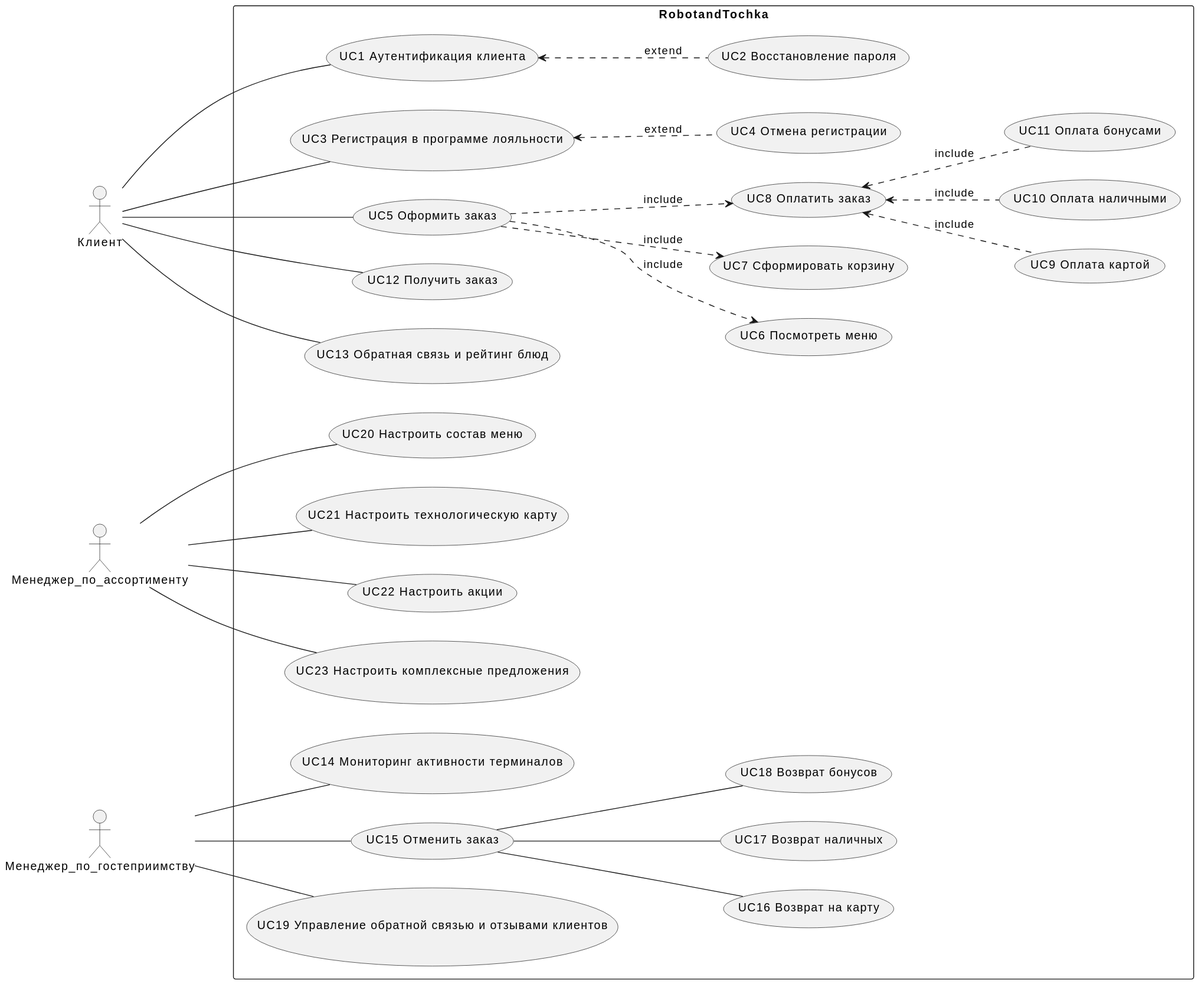
The PlantUML diagram docs/diagrams/include/UC.svg in xxx996/OTUS_Restaraunt, before a commit. The source it was exported from:
```plantuml
@startuml
left to right direction

actor Клиент as ul
actor Менеджер_по_ассортименту as manager
actor Менеджер_по_гостеприимству as hosp

rectangle RobotandTochka {

    usecase (UC1 Аутентификация клиента) as UC1
    usecase (UС2 Восстановление пароля) as UC2
    usecase (UС3 Регистрация в программе лояльности) as UC3
    usecase (UС4 Отмена регистрации) as UC4
    usecase (UC5 Оформить заказ) as UC5
    usecase (UC6 Посмотреть меню) as UC6
    usecase (UC7 Сформировать корзину) as UC7
    usecase (UC8 Оплатить заказ) as UC8
    usecase (UС9 Оплата картой) as UC9
    usecase (UС10 Оплата наличными) as UC10
    usecase (UС11 Оплата бонусами) as UC11
    usecase (UС12 Получить заказ) as UC12
    usecase (UС13 Обратная связь и рейтинг блюд) as UC13



    usecase (UC14 Мониторинг активности терминалов) as UC14
    usecase (UC15 Отменить заказ) as UC15
    usecase (UC16 Возврат на карту) as UC16
    usecase (UC17 Возврат наличных) as UC17
    usecase (UС18 Возврат бонусов) as UC18
    usecase (UC19 Управление обратной связью и отзывами клиентов) as UC19

    usecase (UC20 Настроить состав меню) as UC20
    usecase (UC21 Настроить технологическую карту) as UC21
    usecase (UC22 Настроить акции) as UC22
    usecase (UC23 Настроить комплексные предложения) as UC23
}


ul -- UC1
ul -- UC3
ul -- UC5
ul -- UC12
ul -- UC13



UC1 <.. UC2:  extend
UC3 <.. UC4:  extend
UC5 ..> UC6:  include
UC5 ..> UC7:  include
UC5 ..> UC8:  include
UC8 <.. UC9: include
UC8 <.. UC10:  include
UC8 <.. UC11: include





hosp -- UC14
hosp -- UC15
hosp -- UC19


UC15 -- UC16
UC15 -- UC17
UC15 -- UC18



manager -- UC20
manager -- UC21
manager -- UC22
manager -- UC23
@enduml
```
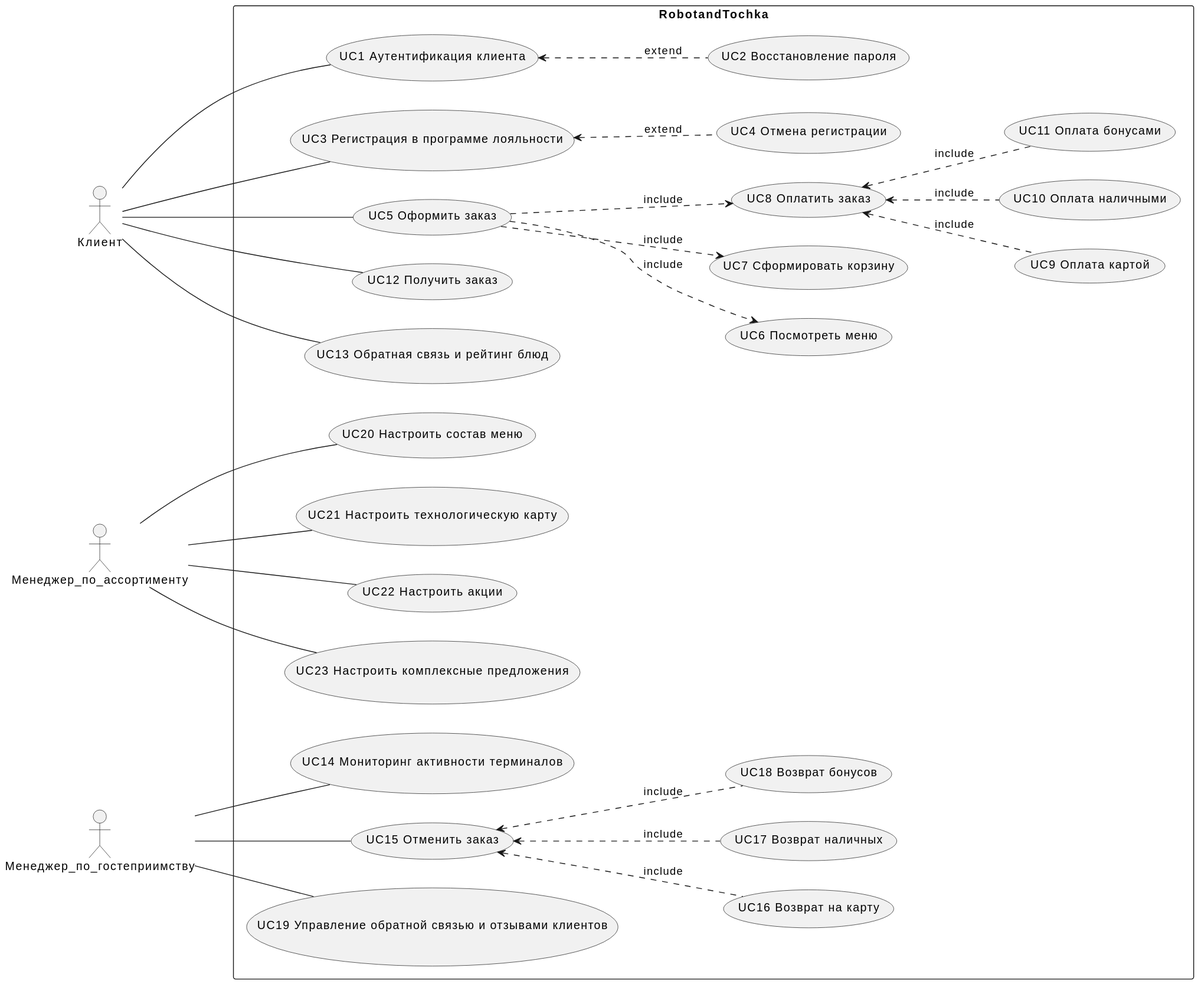
The same diagram one commit later.

What changed in the source:
```diff
@@ -63,9 +63,9 @@
 hosp -- UC19
 
 
-UC15 -- UC16
-UC15 -- UC17
-UC15 -- UC18
+UC15 <.. UC16: include
+UC15 <.. UC17: include
+UC15 <.. UC18: include
 
 
 
```
